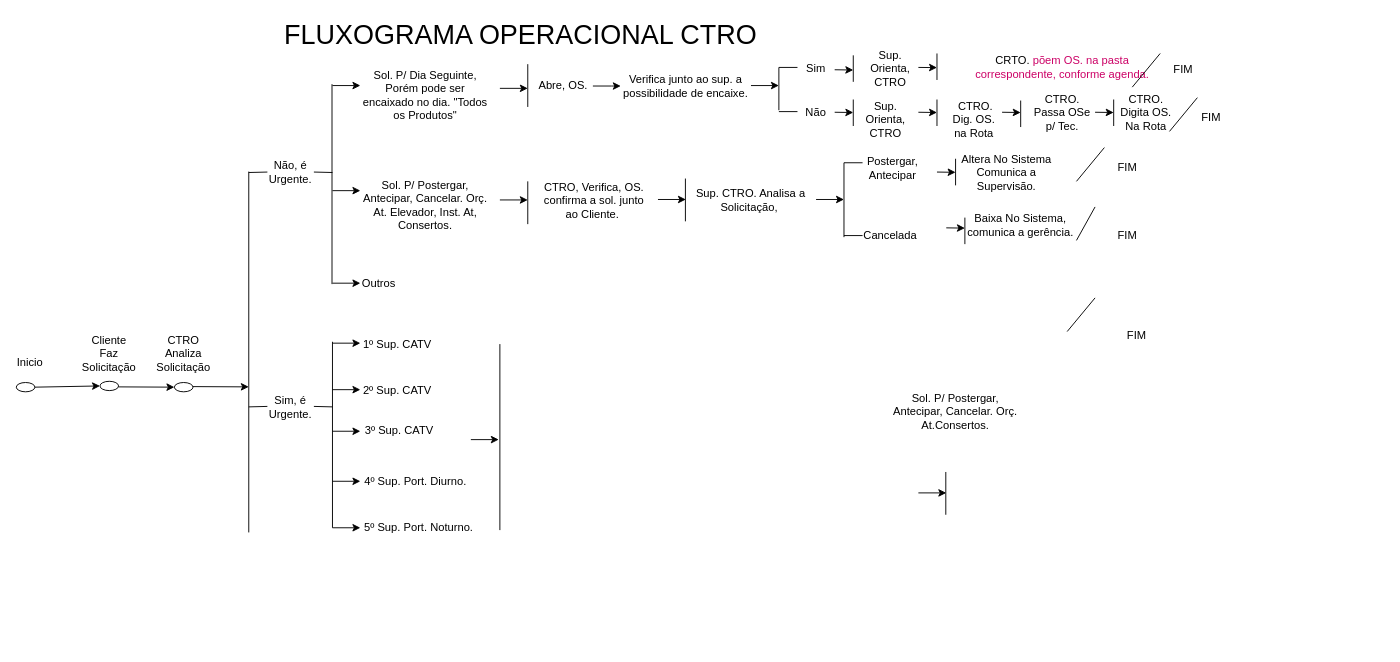
Above: page "Page-1" (1 of 4) of Untitled Diagram.drawio in policond/teste (draw.io), before the change. Source tidied: cells renumbered, new cells numbered last; positions are measured from the earlier drawing's top-left corner, leaving out a move shared by most shapes. Both pictures are drawn from the tidied source at 93%, with x=0, y=0 at pixel (16, 16).
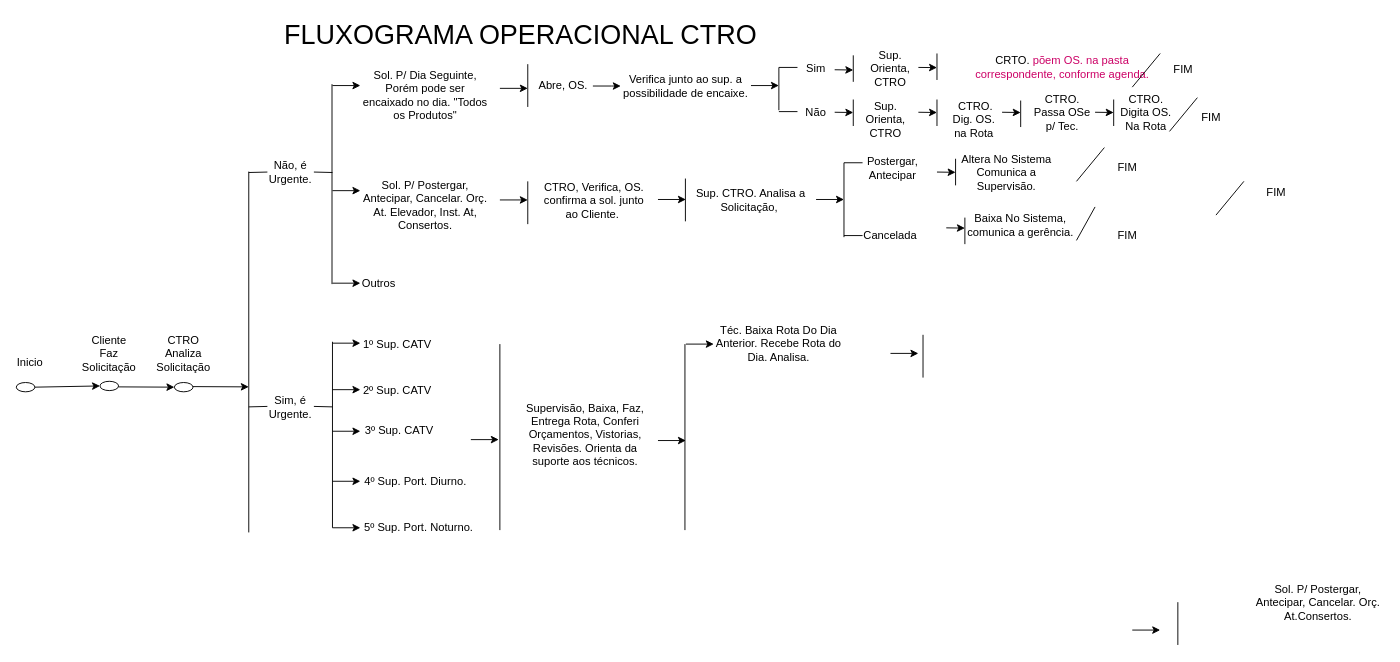
Above is the later version.

Change to the diagram source:
```diff
@@
     <mxCell id="51" style="endArrow=none;html=1;" parent="1" edge="1">
       <mxGeometry relative="1" as="geometry">
-        <mxPoint x="1130" y="339" as="sourcePoint" />
-        <mxPoint x="1160" y="302.8" as="targetPoint" />
+        <mxPoint x="1290" y="213.8" as="sourcePoint" />
+        <mxPoint x="1320" y="177.5" as="targetPoint" />
       </mxGeometry>
     </mxCell>
     <mxCell id="52" value="FIM" style="text;html=1;strokeColor=none;fillColor=none;align=center;verticalAlign=middle;whiteSpace=wrap;rounded=0;" parent="1" vertex="1">
-      <mxGeometry x="1180" y="329" width="50" height="30" as="geometry" />
+      <mxGeometry x="1330" y="175" width="50" height="30" as="geometry" />
     </mxCell>
@@
-    <mxCell id="63" style="endArrow=classic;html=1;" parent="1" edge="1">
-      <mxGeometry relative="1" as="geometry">
-        <mxPoint x="970" y="512.5" as="sourcePoint" />
-        <mxPoint x="1000" y="512.5" as="targetPoint" />
-      </mxGeometry>
-    </mxCell>
     <mxCell id="64" style="endArrow=none;html=1;" parent="1" edge="1">
       <mxGeometry relative="1" as="geometry">
-        <mxPoint x="999.5" y="536" as="sourcePoint" />
-        <mxPoint x="999.5" y="490" as="targetPoint" />
+        <mxPoint x="1249" y="676" as="sourcePoint" />
+        <mxPoint x="1249" y="630" as="targetPoint" />
       </mxGeometry>
     </mxCell>
@@
     <mxCell id="79" value="Sol. P/ Postergar, Antecipar, Cancelar. Orç. At.Consertos." style="text;html=1;strokeColor=none;fillColor=none;align=center;verticalAlign=middle;whiteSpace=wrap;rounded=0;" parent="1" vertex="1">
-      <mxGeometry x="940" y="403.8" width="140" height="42.5" as="geometry" />
+      <mxGeometry x="1330" y="610" width="140" height="42.5" as="geometry" />
     </mxCell>
@@
+    <mxCell id="99" value="Supervisão, Baixa, Faz, Entrega Rota, Conferi Orçamentos, Vistorias, Revisões. Orienta da suporte aos técnicos." style="text;html=1;strokeColor=none;fillColor=none;align=center;verticalAlign=middle;whiteSpace=wrap;rounded=0;" parent="1" vertex="1">
+      <mxGeometry x="542.5" y="400" width="137.5" height="100" as="geometry" />
+    </mxCell>
+    <mxCell id="100" style="endArrow=none;html=1;" parent="1" edge="1">
+      <mxGeometry relative="1" as="geometry">
+        <mxPoint x="719" y="552.5" as="sourcePoint" />
+        <mxPoint x="719" y="352.5" as="targetPoint" />
+      </mxGeometry>
+    </mxCell>
+    <mxCell id="101" style="endArrow=classic;html=1;" parent="1" edge="1">
+      <mxGeometry relative="1" as="geometry">
+        <mxPoint x="720" y="352.5" as="sourcePoint" />
+        <mxPoint x="750" y="352.5" as="targetPoint" />
+      </mxGeometry>
+    </mxCell>
+    <mxCell id="102" value="Téc. Baixa Rota Do Dia Anterior. Recebe Rota do Dia. Analisa." style="text;html=1;strokeColor=none;fillColor=none;align=center;verticalAlign=middle;whiteSpace=wrap;rounded=0;" parent="1" vertex="1">
+      <mxGeometry x="750" y="331.2" width="140" height="42.5" as="geometry" />
+    </mxCell>
+    <mxCell id="103" style="endArrow=classic;html=1;" parent="1" edge="1">
+      <mxGeometry relative="1" as="geometry">
+        <mxPoint x="1200" y="660" as="sourcePoint" />
+        <mxPoint x="1230" y="660" as="targetPoint" />
+      </mxGeometry>
+    </mxCell>
+    <mxCell id="104" style="endArrow=none;html=1;" parent="1" edge="1">
+      <mxGeometry relative="1" as="geometry">
+        <mxPoint x="975" y="388.5" as="sourcePoint" />
+        <mxPoint x="975" y="342.5" as="targetPoint" />
+      </mxGeometry>
+    </mxCell>
+    <mxCell id="105" style="endArrow=classic;html=1;" parent="1" edge="1">
+      <mxGeometry relative="1" as="geometry">
+        <mxPoint x="940" y="362.5" as="sourcePoint" />
+        <mxPoint x="970" y="362.5" as="targetPoint" />
+      </mxGeometry>
+    </mxCell>
+    <mxCell id="106" style="endArrow=classic;html=1;" parent="1" edge="1">
+      <mxGeometry relative="1" as="geometry">
+        <mxPoint x="690" y="456.2" as="sourcePoint" />
+        <mxPoint x="720" y="456.2" as="targetPoint" />
+      </mxGeometry>
+    </mxCell>
```
